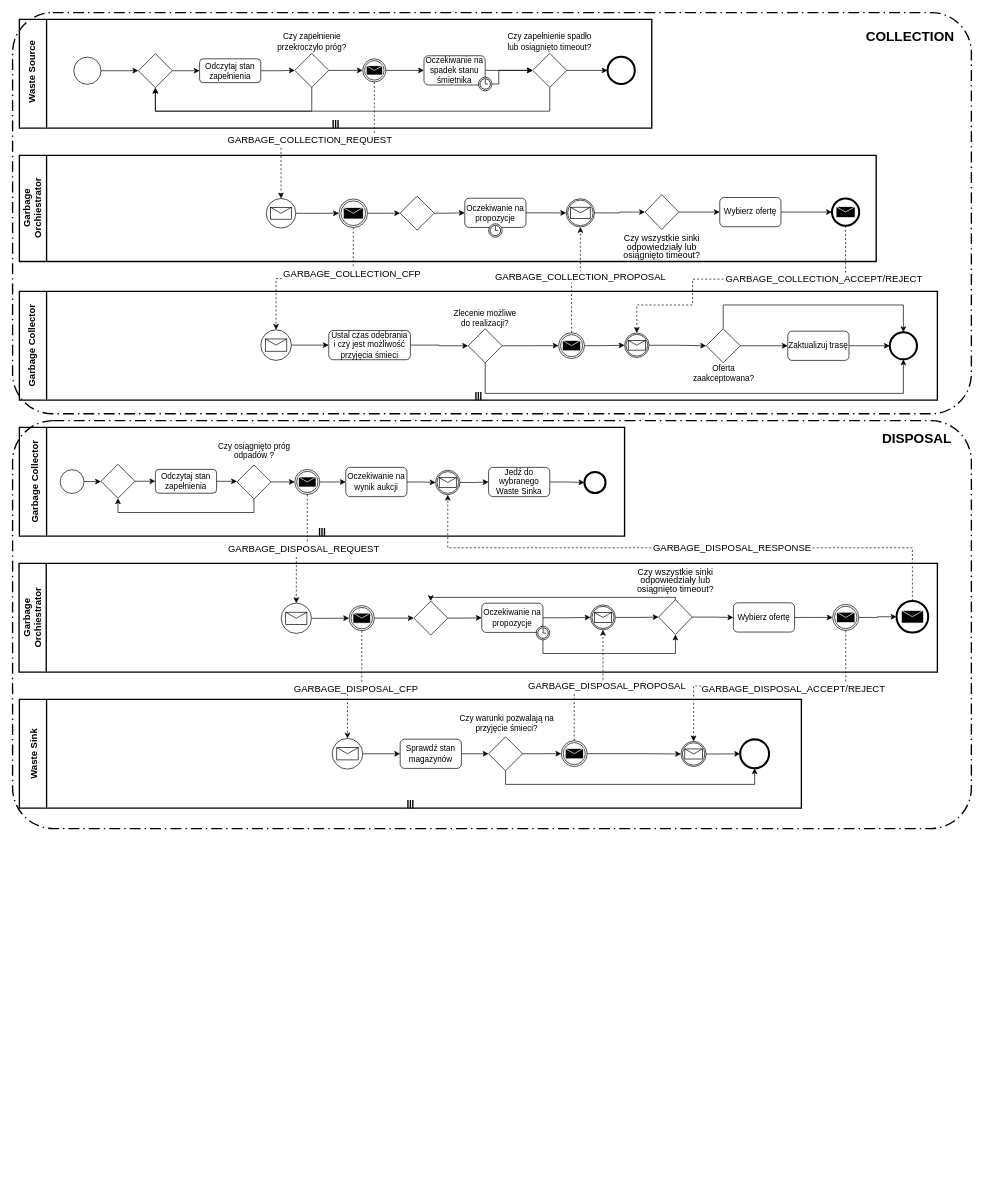
SwirtaB/AASD_CityWasteAgentSystem keeps this draw.io diagram as diagrams/diagram_systemu.drawio. Above is the earlier version. Source tidied: cells renumbered, new cells numbered last; positions are measured from the earlier drawing's top-left corner, leaving out a move shared by most shapes. Both pictures are drawn from the tidied source at 68%, with x=0, y=0 at pixel (-22, 12).
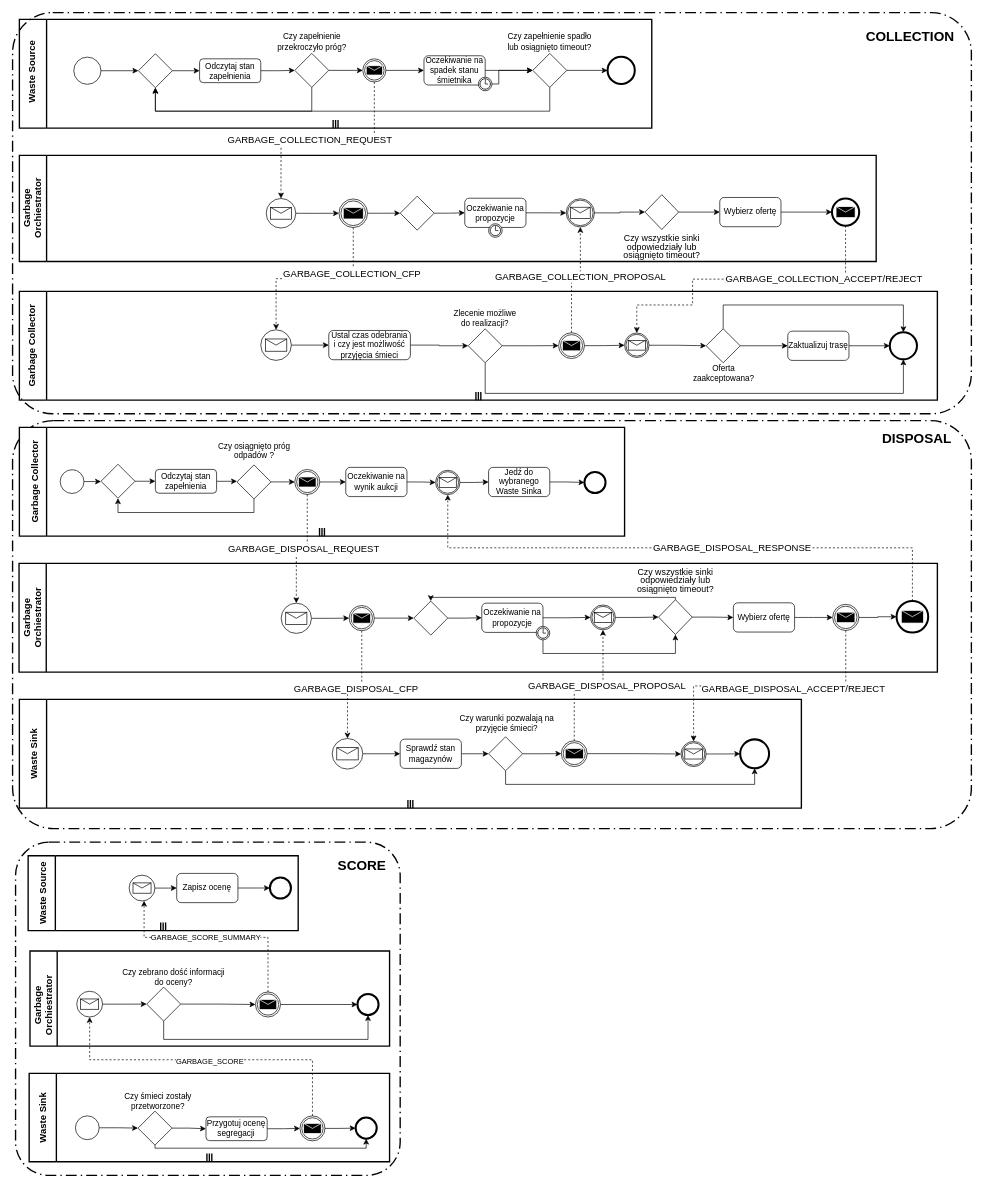
The same page after the edit.

Commit message:
add scoring interaction

What changed in the source:
```diff
@@
+    <mxCell id="150" style="rounded=1;arcSize=10;dashed=1;strokeColor=#000000;fillColor=none;gradientColor=none;dashPattern=8 3 1 3;strokeWidth=2;whiteSpace=wrap;html=1;" parent="1" vertex="1">
+      <mxGeometry x="51" y="600" width="1410" height="600" as="geometry" />
+    </mxCell>
@@
-    <mxCell id="150" style="rounded=1;arcSize=10;dashed=1;strokeColor=#000000;fillColor=none;gradientColor=none;dashPattern=8 3 1 3;strokeWidth=2;whiteSpace=wrap;html=1;" parent="1" vertex="1">
-      <mxGeometry x="51" y="600" width="1410" height="600" as="geometry" />
-    </mxCell>
@@
+    <mxCell id="152" style="rounded=1;arcSize=10;dashed=1;strokeColor=#000000;fillColor=none;gradientColor=none;dashPattern=8 3 1 3;strokeWidth=2;whiteSpace=wrap;html=1;" parent="1" vertex="1">
+      <mxGeometry x="55.4" y="1220" width="565.6" height="490" as="geometry" />
+    </mxCell>
+    <mxCell id="153" style="shape=mxgraph.bpmn.swimlane;html=1;startSize=40;horizontal=0;swimlaneLine=1;fontStyle=0;swimlaneFillColor=#ffffff;strokeWidth=2;isCollection=1;whiteSpace=wrap;" parent="1" vertex="1">
+      <mxGeometry x="75.4" y="1560" width="530" height="130" as="geometry" />
+    </mxCell>
+    <mxCell id="154" value="&lt;font style=&quot;font-size: 14px;&quot;&gt;&lt;b&gt;Waste Sink&lt;br&gt;&lt;/b&gt;&lt;/font&gt;" style="text;html=1;strokeColor=none;fillColor=none;align=center;verticalAlign=middle;whiteSpace=wrap;rounded=0;rotation=-90;" parent="1" vertex="1">
+      <mxGeometry x="30.4" y="1606.2" width="130" height="37.5" as="geometry" />
+    </mxCell>
+    <mxCell id="155" style="shape=mxgraph.bpmn.swimlane;html=1;startSize=40;horizontal=0;swimlaneLine=1;fontStyle=0;swimlaneFillColor=#ffffff;strokeWidth=2;isCollection=1;whiteSpace=wrap;" parent="1" vertex="1">
+      <mxGeometry x="73.9" y="1240" width="397.1" height="110" as="geometry" />
+    </mxCell>
+    <mxCell id="156" value="&lt;font style=&quot;font-size: 14px;&quot;&gt;&lt;b&gt;Waste Source&lt;/b&gt;&lt;/font&gt;" style="text;html=1;strokeColor=none;fillColor=none;align=center;verticalAlign=middle;whiteSpace=wrap;rounded=0;rotation=-90;" parent="1" vertex="1">
+      <mxGeometry x="42.9" y="1276.2" width="105" height="37.5" as="geometry" />
+    </mxCell>
+    <mxCell id="157" style="swimlane;html=1;startSize=40;fontStyle=0;horizontal=0;swimlaneLine=1;swimlaneFillColor=#ffffff;strokeWidth=2;whiteSpace=wrap;" parent="1" vertex="1">
+      <mxGeometry x="76.6" y="1380" width="528.8" height="140" as="geometry" />
+    </mxCell>
+    <mxCell id="158" value="&lt;font style=&quot;font-size: 14px;&quot;&gt;&lt;b&gt;Garbage Orchiestrator&lt;br&gt;&lt;/b&gt;&lt;/font&gt;" style="text;html=1;strokeColor=none;fillColor=none;align=center;verticalAlign=middle;whiteSpace=wrap;rounded=0;rotation=-90;" parent="157" vertex="1">
+      <mxGeometry x="-55.6" y="56.9" width="150" height="46.2" as="geometry" />
+    </mxCell>
+    <mxCell id="159" style="edgeStyle=orthogonalEdgeStyle;rounded=0;orthogonalLoop=1;jettySize=auto;html=1;" parent="157" edge="1">
+      <mxGeometry relative="1" as="geometry">
+        <mxPoint x="710" y="95.5" as="sourcePoint" />
+      </mxGeometry>
+    </mxCell>
+    <mxCell id="160" style="edgeStyle=orthogonalEdgeStyle;rounded=0;orthogonalLoop=1;jettySize=auto;html=1;" parent="157" edge="1">
+      <mxGeometry relative="1" as="geometry">
+        <mxPoint x="970" y="96" as="sourcePoint" />
+      </mxGeometry>
+    </mxCell>
+    <mxCell id="161" style="edgeStyle=orthogonalEdgeStyle;rounded=0;orthogonalLoop=1;jettySize=auto;html=1;entryX=0.5;entryY=0;entryDx=0;entryDy=0;" parent="157" edge="1">
+      <mxGeometry relative="1" as="geometry">
+        <mxPoint x="565" y="70.5" as="targetPoint" />
+        <Array as="points">
+          <mxPoint x="930" y="50" />
+          <mxPoint x="565" y="50" />
+        </Array>
+      </mxGeometry>
+    </mxCell>
+    <mxCell id="162" style="edgeStyle=orthogonalEdgeStyle;rounded=0;orthogonalLoop=1;jettySize=auto;html=1;entryX=0;entryY=0.5;entryDx=0;entryDy=0;" parent="157" edge="1">
+      <mxGeometry relative="1" as="geometry">
+        <mxPoint x="842" y="96" as="sourcePoint" />
+      </mxGeometry>
+    </mxCell>
+    <mxCell id="163" style="edgeStyle=orthogonalEdgeStyle;rounded=0;orthogonalLoop=1;jettySize=auto;html=1;entryX=0;entryY=0.5;entryDx=0;entryDy=0;" parent="157" edge="1">
+      <mxGeometry relative="1" as="geometry">
+        <mxPoint x="590" y="95.5" as="sourcePoint" />
+      </mxGeometry>
+    </mxCell>
+    <mxCell id="164" style="edgeStyle=orthogonalEdgeStyle;rounded=0;jettySize=auto;html=1;entryX=0;entryY=0.5;entryDx=0;entryDy=0;" parent="157" edge="1" source="165" target="167">
+      <mxGeometry relative="1" as="geometry" />
+    </mxCell>
+    <mxCell id="165" style="points=[[0.145,0.145,0],[0.5,0,0],[0.855,0.145,0],[1,0.5,0],[0.855,0.855,0],[0.5,1,0],[0.145,0.855,0],[0,0.5,0]];shape=mxgraph.bpmn.event;html=1;verticalLabelPosition=bottom;labelBackgroundColor=#ffffff;verticalAlign=top;align=center;perimeter=ellipsePerimeter;outlineConnect=0;outline=standard;symbol=message;" parent="157" vertex="1">
+      <mxGeometry x="68.8" y="59.2" width="37.9" height="37.9" as="geometry" />
+    </mxCell>
+    <mxCell id="166" style="edgeStyle=orthogonalEdgeStyle;rounded=0;jettySize=auto;html=1;" parent="157" edge="1" source="167" target="171">
+      <mxGeometry relative="1" as="geometry" />
+    </mxCell>
+    <mxCell id="167" style="rhombus;whiteSpace=wrap;html=1;" parent="157" vertex="1">
+      <mxGeometry x="171.6" y="53.1" width="50" height="50" as="geometry" />
+    </mxCell>
+    <mxCell id="168" value="Czy zebrano dość informacji do oceny?" style="text;html=1;strokeColor=none;fillColor=none;align=center;verticalAlign=middle;whiteSpace=wrap;rounded=0;" parent="157" vertex="1">
+      <mxGeometry x="131.6" y="23.9" width="160" height="30" as="geometry" />
+    </mxCell>
+    <mxCell id="169" style="points=[[0.145,0.145,0],[0.5,0,0],[0.855,0.145,0],[1,0.5,0],[0.855,0.855,0],[0.5,1,0],[0.145,0.855,0],[0,0.5,0]];shape=mxgraph.bpmn.event;html=1;verticalLabelPosition=bottom;labelBackgroundColor=#ffffff;verticalAlign=top;align=center;perimeter=ellipsePerimeter;outlineConnect=0;outline=end;symbol=terminate2;" parent="157" vertex="1">
+      <mxGeometry x="481.6" y="63.2" width="31" height="31" as="geometry" />
+    </mxCell>
+    <mxCell id="170" style="edgeStyle=orthogonalEdgeStyle;rounded=0;jettySize=auto;html=1;" parent="157" edge="1" source="171" target="169">
+      <mxGeometry relative="1" as="geometry" />
+    </mxCell>
+    <mxCell id="171" style="points=[[0.145,0.145,0],[0.5,0,0],[0.855,0.145,0],[1,0.5,0],[0.855,0.855,0],[0.5,1,0],[0.145,0.855,0],[0,0.5,0]];shape=mxgraph.bpmn.event;html=1;verticalLabelPosition=bottom;labelBackgroundColor=#ffffff;verticalAlign=top;align=center;perimeter=ellipsePerimeter;outlineConnect=0;outline=throwing;symbol=message;" parent="157" vertex="1">
+      <mxGeometry x="331.6" y="60.3" width="36.8" height="36.8" as="geometry" />
+    </mxCell>
+    <mxCell id="172" style="edgeStyle=orthogonalEdgeStyle;rounded=0;jettySize=auto;html=1;entryX=0.5;entryY=1;entryDx=0;entryDy=0;entryPerimeter=0;" parent="157" edge="1" source="167" target="169">
+      <mxGeometry relative="1" as="geometry">
+        <Array as="points">
+          <mxPoint x="197" y="130" />
+          <mxPoint x="497" y="130" />
+        </Array>
+      </mxGeometry>
+    </mxCell>
+    <mxCell id="173" style="edgeStyle=orthogonalEdgeStyle;rounded=0;jettySize=auto;html=1;" parent="1" edge="1" source="174" target="181">
+      <mxGeometry relative="1" as="geometry" />
+    </mxCell>
+    <mxCell id="174" value="Przygotuj ocenę segregacji" style="rounded=1;whiteSpace=wrap;html=1;" parent="1" vertex="1">
+      <mxGeometry x="335.4" y="1623.9" width="90" height="35" as="geometry" />
+    </mxCell>
+    <mxCell id="175" style="edgeStyle=orthogonalEdgeStyle;rounded=0;jettySize=auto;html=1;" parent="1" edge="1" source="176" target="178">
+      <mxGeometry relative="1" as="geometry" />
+    </mxCell>
+    <mxCell id="176" style="points=[[0.145,0.145,0],[0.5,0,0],[0.855,0.145,0],[1,0.5,0],[0.855,0.855,0],[0.5,1,0],[0.145,0.855,0],[0,0.5,0]];shape=mxgraph.bpmn.event;html=1;verticalLabelPosition=bottom;labelBackgroundColor=#ffffff;verticalAlign=top;align=center;perimeter=ellipsePerimeter;outlineConnect=0;outline=standard;symbol=general;" parent="1" vertex="1">
+      <mxGeometry x="143.4" y="1622.5" width="35" height="35" as="geometry" />
+    </mxCell>
+    <mxCell id="177" style="edgeStyle=orthogonalEdgeStyle;rounded=0;jettySize=auto;html=1;entryX=0;entryY=0.5;entryDx=0;entryDy=0;" parent="1" edge="1" source="178" target="174">
+      <mxGeometry relative="1" as="geometry" />
+    </mxCell>
+    <mxCell id="178" style="rhombus;whiteSpace=wrap;html=1;" parent="1" vertex="1">
+      <mxGeometry x="235.4" y="1615.5" width="50" height="50" as="geometry" />
+    </mxCell>
+    <mxCell id="179" style="edgeStyle=orthogonalEdgeStyle;rounded=0;jettySize=auto;html=1;dashed=1;" parent="1" edge="1" source="181" target="165">
+      <mxGeometry relative="1" as="geometry">
+        <Array as="points">
+          <mxPoint x="492.4" y="1540" />
+          <mxPoint x="164.4" y="1540" />
+        </Array>
+      </mxGeometry>
+    </mxCell>
+    <mxCell id="180" value="GARBAGE_SCORE" style="edgeLabel;html=1;align=center;verticalAlign=middle;" parent="179" vertex="1">
+      <mxGeometry x="-0.01" y="2" relative="1" as="geometry" />
+    </mxCell>
+    <mxCell id="181" style="points=[[0.145,0.145,0],[0.5,0,0],[0.855,0.145,0],[1,0.5,0],[0.855,0.855,0],[0.5,1,0],[0.145,0.855,0],[0,0.5,0]];shape=mxgraph.bpmn.event;html=1;verticalLabelPosition=bottom;labelBackgroundColor=#ffffff;verticalAlign=top;align=center;perimeter=ellipsePerimeter;outlineConnect=0;outline=throwing;symbol=message;" parent="1" vertex="1">
+      <mxGeometry x="473.6" y="1622.5" width="36.8" height="36.8" as="geometry" />
+    </mxCell>
+    <mxCell id="182" style="points=[[0.145,0.145,0],[0.5,0,0],[0.855,0.145,0],[1,0.5,0],[0.855,0.855,0],[0.5,1,0],[0.145,0.855,0],[0,0.5,0]];shape=mxgraph.bpmn.event;html=1;verticalLabelPosition=bottom;labelBackgroundColor=#ffffff;verticalAlign=top;align=center;perimeter=ellipsePerimeter;outlineConnect=0;outline=end;symbol=terminate2;" parent="1" vertex="1">
+      <mxGeometry x="555.5" y="1625" width="31" height="31" as="geometry" />
+    </mxCell>
+    <mxCell id="183" value="Czy śmieci zostały przetworzone?" style="text;html=1;strokeColor=none;fillColor=none;align=center;verticalAlign=middle;whiteSpace=wrap;rounded=0;" parent="1" vertex="1">
+      <mxGeometry x="185.4" y="1585.5" width="160" height="30" as="geometry" />
+    </mxCell>
+    <mxCell id="184" style="edgeStyle=orthogonalEdgeStyle;rounded=0;jettySize=auto;html=1;entryX=0;entryY=0.5;entryDx=0;entryDy=0;entryPerimeter=0;" parent="1" edge="1" source="181" target="182">
+      <mxGeometry relative="1" as="geometry" />
+    </mxCell>
+    <mxCell id="185" style="edgeStyle=orthogonalEdgeStyle;rounded=0;jettySize=auto;html=1;entryX=0.5;entryY=1;entryDx=0;entryDy=0;entryPerimeter=0;" parent="1" edge="1" source="178" target="182">
+      <mxGeometry relative="1" as="geometry">
+        <Array as="points">
+          <mxPoint x="260.4" y="1670" />
+          <mxPoint x="571.4" y="1670" />
+        </Array>
+      </mxGeometry>
+    </mxCell>
+    <mxCell id="186" style="edgeStyle=orthogonalEdgeStyle;rounded=0;jettySize=auto;html=1;" parent="1" edge="1" source="187" target="192">
+      <mxGeometry relative="1" as="geometry" />
+    </mxCell>
+    <mxCell id="187" style="points=[[0.145,0.145,0],[0.5,0,0],[0.855,0.145,0],[1,0.5,0],[0.855,0.855,0],[0.5,1,0],[0.145,0.855,0],[0,0.5,0]];shape=mxgraph.bpmn.event;html=1;verticalLabelPosition=bottom;labelBackgroundColor=#ffffff;verticalAlign=top;align=center;perimeter=ellipsePerimeter;outlineConnect=0;outline=standard;symbol=message;" parent="1" vertex="1">
+      <mxGeometry x="222.4" y="1268.5" width="37.9" height="37.9" as="geometry" />
+    </mxCell>
+    <mxCell id="188" style="edgeStyle=orthogonalEdgeStyle;rounded=0;jettySize=auto;html=1;dashed=1;" parent="1" edge="1" source="171" target="187">
+      <mxGeometry relative="1" as="geometry">
+        <Array as="points">
+          <mxPoint x="426.4" y="1360" />
+          <mxPoint x="244.4" y="1360" />
+        </Array>
+      </mxGeometry>
+    </mxCell>
+    <mxCell id="189" value="GARBAGE_SCORE_SUMMARY" style="edgeLabel;html=1;align=center;verticalAlign=middle;" parent="188" vertex="1">
+      <mxGeometry x="0.09" relative="1" as="geometry" />
+    </mxCell>
+    <mxCell id="190" style="points=[[0.145,0.145,0],[0.5,0,0],[0.855,0.145,0],[1,0.5,0],[0.855,0.855,0],[0.5,1,0],[0.145,0.855,0],[0,0.5,0]];shape=mxgraph.bpmn.event;html=1;verticalLabelPosition=bottom;labelBackgroundColor=#ffffff;verticalAlign=top;align=center;perimeter=ellipsePerimeter;outlineConnect=0;outline=end;symbol=terminate2;" parent="1" vertex="1">
+      <mxGeometry x="429.4" y="1271.9" width="31" height="31" as="geometry" />
+    </mxCell>
+    <mxCell id="191" style="edgeStyle=orthogonalEdgeStyle;rounded=0;jettySize=auto;html=1;" parent="1" edge="1" source="192" target="190">
+      <mxGeometry relative="1" as="geometry" />
+    </mxCell>
+    <mxCell id="192" value="Zapisz ocenę" style="rounded=1;whiteSpace=wrap;html=1;" parent="1" vertex="1">
+      <mxGeometry x="292.4" y="1265.9" width="90" height="43" as="geometry" />
+    </mxCell>
+    <mxCell id="193" value="&lt;font size=&quot;1&quot;&gt;&lt;b style=&quot;font-size: 20px;&quot;&gt;SCORE&lt;/b&gt;&lt;/font&gt;" style="text;html=1;strokeColor=none;fillColor=none;align=center;verticalAlign=middle;whiteSpace=wrap;rounded=0;" parent="1" vertex="1">
+      <mxGeometry x="525.4" y="1238.5" width="80" height="30" as="geometry" />
+    </mxCell>
```
